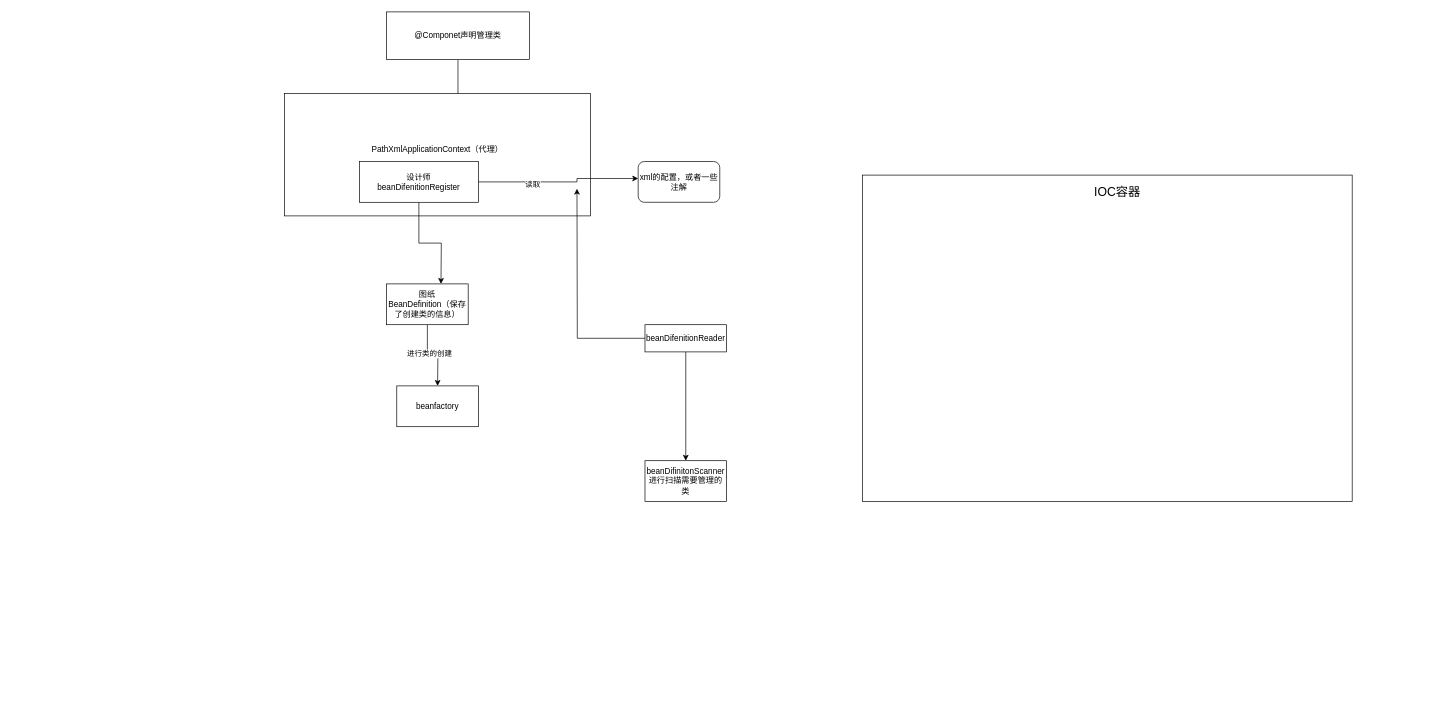
This is spring/未命名绘图.drawio from twodogs1/-_my, a draw.io file, before an edit. Source tidied: cells renumbered, new cells numbered last; positions are measured from the earlier drawing's top-left corner, leaving out a move shared by most shapes. Both pictures are drawn from the tidied source at 68%, with x=0, y=0 at pixel (284, 12).
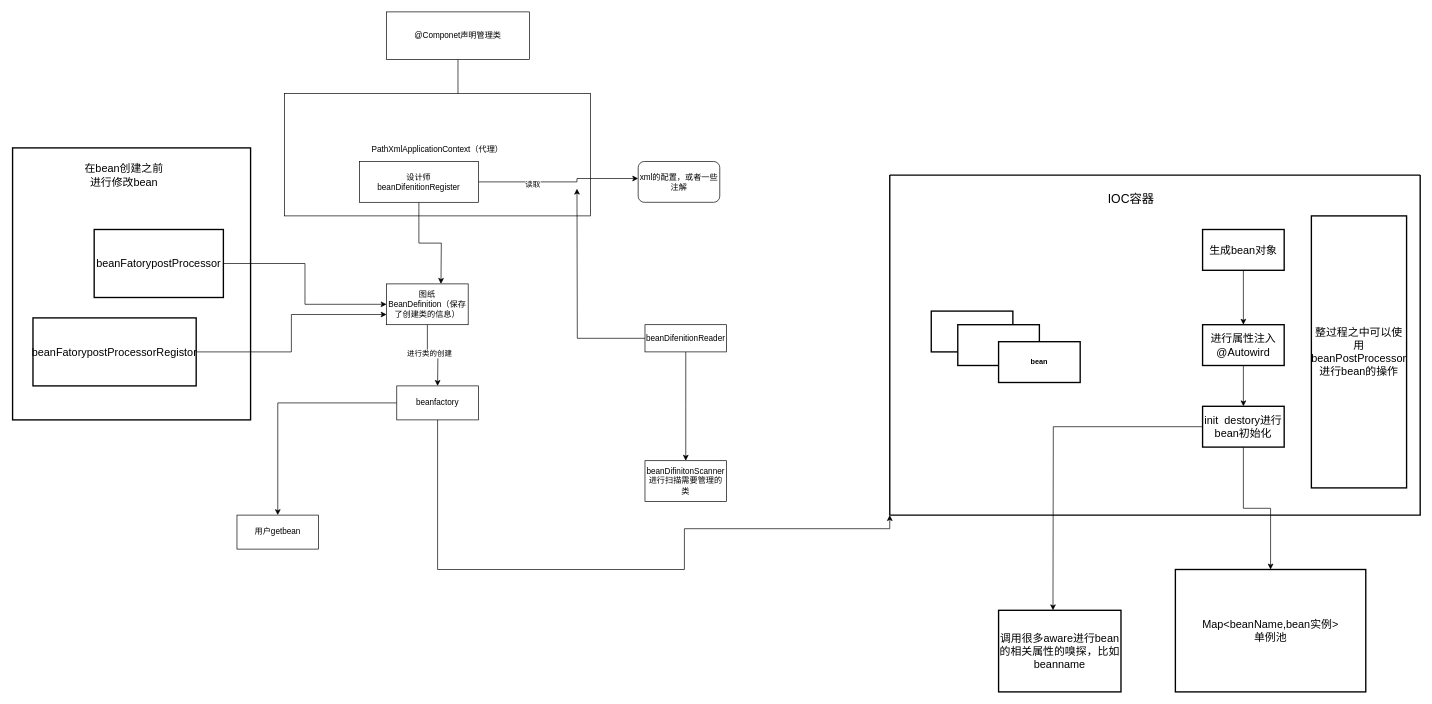
The same page after the edit.

The change refers to these unchanged cells:
```xml
<mxCell id="11" value="图纸&lt;br&gt;BeanDefinition（保存了创建类的信息）" style="rounded=0;whiteSpace=wrap;html=1;" parent="1" vertex="1">
  <mxGeometry x="150" y="400" width="120" height="60" as="geometry" />
</mxCell>
```

The edit, as a diff of the source:
```diff
@@
+    <mxCell id="20" style="rounded=0;whiteSpace=wrap;html=1;fontFamily=Helvetica;fontSize=16;fontColor=default;strokeColor=default;strokeWidth=2;fillColor=default;" parent="1" vertex="1">
+      <mxGeometry x="-400" y="200" width="350" height="400" as="geometry" />
+    </mxCell>
@@
+    <mxCell id="21" style="edgeStyle=orthogonalEdgeStyle;rounded=0;jettySize=auto;html=1;entryX=0;entryY=1;entryDx=0;entryDy=0;fontFamily=Helvetica;fontSize=16;fontColor=default;" parent="1" edge="1" source="12" target="23">
+      <mxGeometry relative="1" as="geometry">
+        <Array as="points">
+          <mxPoint x="225" y="820" />
+          <mxPoint x="588" y="820" />
+          <mxPoint x="588" y="760" />
+          <mxPoint x="890" y="760" />
+        </Array>
+      </mxGeometry>
+    </mxCell>
+    <mxCell id="22" style="edgeStyle=orthogonalEdgeStyle;rounded=0;jettySize=auto;html=1;fontFamily=Helvetica;fontSize=16;fontColor=default;" parent="1" edge="1" source="12" target="37">
+      <mxGeometry relative="1" as="geometry" />
+    </mxCell>
     <mxCell id="12" value="beanfactory" style="rounded=0;whiteSpace=wrap;html=1;" parent="1" vertex="1">
-      <mxGeometry x="165" y="550" width="120" height="60" as="geometry" />
+      <mxGeometry x="165" y="550" width="120" height="50" as="geometry" />
     </mxCell>
@@
-    <mxCell id="18" style="rounded=0;whiteSpace=wrap;html=1;fontSize=16;" parent="1" vertex="1">
-      <mxGeometry x="850" y="240" width="720" height="480" as="geometry" />
-    </mxCell>
+    <mxCell id="23" style="swimlane;startSize=0;rounded=0;fontFamily=Helvetica;fontSize=16;fontColor=default;strokeColor=default;strokeWidth=2;fillColor=default;html=1;" parent="1" vertex="1">
+      <mxGeometry x="890" y="240" width="780" height="500" as="geometry" />
+    </mxCell>
-    <mxCell id="19" value="IOC容器" style="text;html=1;strokeColor=none;fillColor=none;align=center;verticalAlign=middle;whiteSpace=wrap;rounded=0;fontSize=18;" parent="1" vertex="1">
-      <mxGeometry x="1170" y="250" width="110" height="30" as="geometry" />
+    <mxCell id="19" value="IOC容器" style="text;html=1;strokeColor=none;fillColor=none;align=center;verticalAlign=middle;whiteSpace=wrap;rounded=0;fontSize=18;" parent="23" vertex="1">
+      <mxGeometry x="300" y="20" width="110" height="30" as="geometry" />
     </mxCell>
+    <mxCell id="24" style="edgeStyle=orthogonalEdgeStyle;rounded=0;jettySize=auto;html=1;fontFamily=Helvetica;fontSize=16;fontColor=default;" parent="23" edge="1" source="25" target="27">
+      <mxGeometry relative="1" as="geometry" />
+    </mxCell>
+    <mxCell id="25" value="生成bean对象" style="rounded=0;whiteSpace=wrap;html=1;fontFamily=Helvetica;fontSize=16;fontColor=default;strokeColor=default;strokeWidth=2;fillColor=default;" parent="23" vertex="1">
+      <mxGeometry x="460" y="80" width="120" height="60" as="geometry" />
+    </mxCell>
+    <mxCell id="26" style="edgeStyle=orthogonalEdgeStyle;rounded=0;jettySize=auto;html=1;entryX=0.5;entryY=0;entryDx=0;entryDy=0;fontFamily=Helvetica;fontSize=16;fontColor=default;" parent="23" edge="1" source="27" target="28">
+      <mxGeometry relative="1" as="geometry" />
+    </mxCell>
+    <mxCell id="27" value="进行属性注入&lt;br&gt;@Autowird" style="rounded=0;whiteSpace=wrap;html=1;fontFamily=Helvetica;fontSize=16;fontColor=default;strokeColor=default;strokeWidth=2;fillColor=default;" parent="23" vertex="1">
+      <mxGeometry x="460" y="220" width="120" height="60" as="geometry" />
+    </mxCell>
+    <mxCell id="28" value="init&amp;nbsp; destory进行bean初始化" style="rounded=0;whiteSpace=wrap;html=1;fontFamily=Helvetica;fontSize=16;fontColor=default;strokeColor=default;strokeWidth=2;fillColor=default;" parent="23" vertex="1">
+      <mxGeometry x="460" y="340" width="120" height="60" as="geometry" />
+    </mxCell>
+    <mxCell id="29" style="rounded=0;whiteSpace=wrap;html=1;fontFamily=Helvetica;fontSize=16;fontColor=default;strokeColor=default;strokeWidth=2;fillColor=default;" parent="23" vertex="1">
+      <mxGeometry x="61" y="200" width="120" height="60" as="geometry" />
+    </mxCell>
+    <mxCell id="30" style="rounded=0;whiteSpace=wrap;html=1;fontFamily=Helvetica;fontSize=16;fontColor=default;strokeColor=default;strokeWidth=2;fillColor=default;" parent="23" vertex="1">
+      <mxGeometry x="100" y="220" width="120" height="60" as="geometry" />
+    </mxCell>
+    <mxCell id="31" value="&lt;h6&gt;bean&lt;/h6&gt;" style="rounded=0;whiteSpace=wrap;html=1;fontFamily=Helvetica;fontSize=16;fontColor=default;strokeColor=default;strokeWidth=2;fillColor=default;" parent="23" vertex="1">
+      <mxGeometry x="160" y="245" width="120" height="60" as="geometry" />
+    </mxCell>
+    <mxCell id="32" value="整过程之中可以使用beanPostProcessor进行bean的操作" style="rounded=0;whiteSpace=wrap;html=1;fontFamily=Helvetica;fontSize=16;fontColor=default;strokeColor=default;strokeWidth=2;fillColor=default;" parent="23" vertex="1">
+      <mxGeometry x="620" y="60" width="140" height="400" as="geometry" />
+    </mxCell>
+    <mxCell id="33" value="Map&amp;lt;beanName,bean实例&amp;gt;&lt;br&gt;单例池" style="rounded=0;whiteSpace=wrap;html=1;fontFamily=Helvetica;fontSize=16;fontColor=default;strokeColor=default;strokeWidth=2;fillColor=default;" parent="1" vertex="1">
+      <mxGeometry x="1310" y="820" width="280" height="180" as="geometry" />
+    </mxCell>
+    <mxCell id="34" style="edgeStyle=orthogonalEdgeStyle;rounded=0;jettySize=auto;html=1;fontFamily=Helvetica;fontSize=16;fontColor=default;" parent="1" edge="1" source="28" target="33">
+      <mxGeometry relative="1" as="geometry" />
+    </mxCell>
+    <mxCell id="35" style="edgeStyle=orthogonalEdgeStyle;rounded=0;jettySize=auto;html=1;entryX=0;entryY=0.5;entryDx=0;entryDy=0;fontFamily=Helvetica;fontSize=16;fontColor=default;" parent="1" edge="1" source="36" target="11">
+      <mxGeometry relative="1" as="geometry" />
+    </mxCell>
+    <mxCell id="36" value="beanFatorypostProcessor" style="rounded=0;whiteSpace=wrap;html=1;fontFamily=Helvetica;fontSize=16;fontColor=default;strokeColor=default;strokeWidth=2;fillColor=default;" parent="1" vertex="1">
+      <mxGeometry x="-280" y="320" width="190" height="100" as="geometry" />
+    </mxCell>
+    <mxCell id="37" value="用户getbean" style="rounded=0;whiteSpace=wrap;html=1;" parent="1" vertex="1">
+      <mxGeometry x="-70" y="740" width="120" height="50" as="geometry" />
+    </mxCell>
+    <mxCell id="38" style="edgeStyle=orthogonalEdgeStyle;rounded=0;jettySize=auto;html=1;entryX=0;entryY=0.75;entryDx=0;entryDy=0;fontFamily=Helvetica;fontSize=16;fontColor=default;" parent="1" edge="1" source="39" target="11">
+      <mxGeometry relative="1" as="geometry" />
+    </mxCell>
+    <mxCell id="39" value="&lt;span&gt;beanFatorypostProcessorRegistor&lt;/span&gt;" style="rounded=0;whiteSpace=wrap;html=1;fontFamily=Helvetica;fontSize=16;fontColor=default;strokeColor=default;strokeWidth=2;fillColor=default;" parent="1" vertex="1">
+      <mxGeometry x="-370" y="450" width="240" height="100" as="geometry" />
+    </mxCell>
+    <mxCell id="40" value="在bean创建之前进行修改bean" style="text;html=1;strokeColor=none;fillColor=none;align=center;verticalAlign=middle;whiteSpace=wrap;rounded=0;fontFamily=Helvetica;fontSize=16;fontColor=default;" parent="1" vertex="1">
+      <mxGeometry x="-296" y="220" width="120" height="40" as="geometry" />
+    </mxCell>
+    <mxCell id="41" style="edgeStyle=orthogonalEdgeStyle;rounded=0;jettySize=auto;html=1;fontFamily=Helvetica;fontSize=16;fontColor=default;" parent="1" edge="1" source="28">
+      <mxGeometry relative="1" as="geometry">
+        <mxPoint x="1130" y="880" as="targetPoint" />
+      </mxGeometry>
+    </mxCell>
+    <mxCell id="42" value="调用很多aware进行bean的相关属性的嗅探，比如beanname" style="rounded=0;whiteSpace=wrap;html=1;fontFamily=Helvetica;fontSize=16;fontColor=default;strokeColor=default;strokeWidth=2;fillColor=default;" parent="1" vertex="1">
+      <mxGeometry x="1050" y="880" width="180" height="120" as="geometry" />
+    </mxCell>
```
